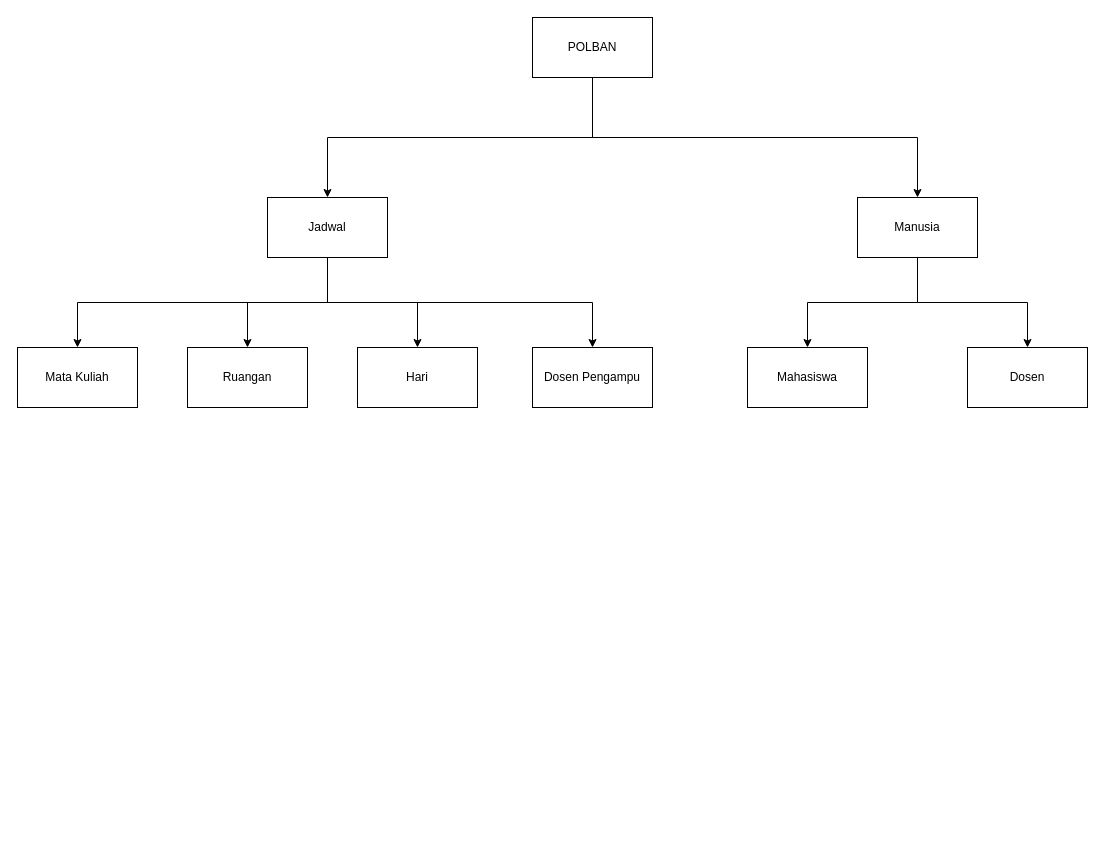
AlqanNazra/PBO-Pemriograman-Berorientasi-Objeck- keeps this draw.io diagram as Day 5/Pra/Untitled Diagram.drawio. Above is the earlier version. Source tidied: cells renumbered, new cells numbered last; positions are measured from the earlier drawing's top-left corner, leaving out a move shared by most shapes. Both pictures are drawn from the tidied source at 100%, with x=0, y=0 at pixel (17, 17).
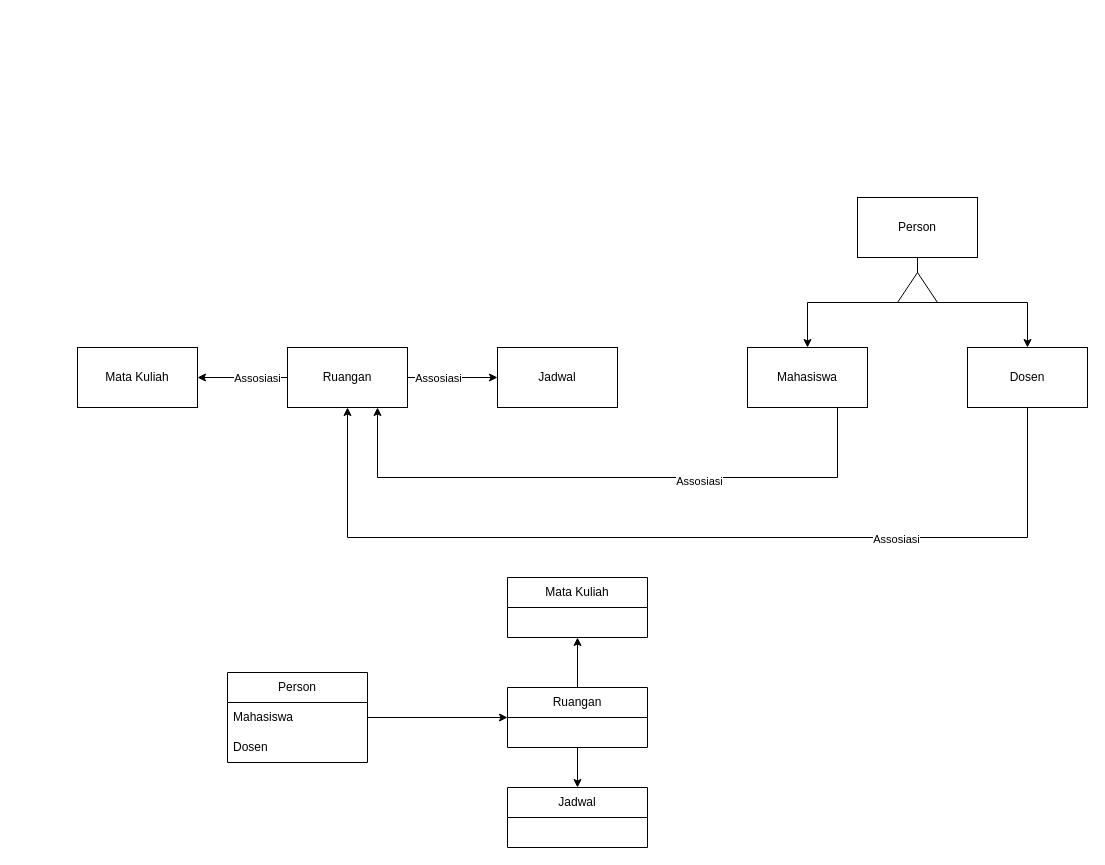
After the change.

The change refers to these unchanged cells:
```xml
<mxCell id="8" value="Mahasiswa" style="rounded=0;whiteSpace=wrap;html=1;" parent="1" vertex="1">
  <mxGeometry x="730" y="330" width="120" height="60" as="geometry" />
</mxCell>
<mxCell id="9" value="Dosen" style="rounded=0;whiteSpace=wrap;html=1;" parent="1" vertex="1">
  <mxGeometry x="950" y="330" width="120" height="60" as="geometry" />
</mxCell>
```

The edit, as a diff of the source:
```diff
@@
-    <mxCell id="2" style="edgeStyle=orthogonalEdgeStyle;rounded=0;jettySize=auto;html=1;exitX=0.5;exitY=1;exitDx=0;exitDy=0;" parent="1" edge="1" source="4" target="7">
-      <mxGeometry relative="1" as="geometry" />
-    </mxCell>
-    <mxCell id="3" style="edgeStyle=orthogonalEdgeStyle;rounded=0;jettySize=auto;html=1;exitX=0.5;exitY=1;exitDx=0;exitDy=0;" parent="1" edge="1" source="4" target="14">
-      <mxGeometry relative="1" as="geometry" />
-    </mxCell>
-    <mxCell id="4" value="POLBAN" style="rounded=0;whiteSpace=wrap;html=1;" parent="1" vertex="1">
-      <mxGeometry x="515" width="120" height="60" as="geometry" />
-    </mxCell>
@@
-    <mxCell id="7" value="Manusia" style="rounded=0;whiteSpace=wrap;html=1;" parent="1" vertex="1">
+    <mxCell id="7" value="Person" style="rounded=0;whiteSpace=wrap;html=1;" parent="1" vertex="1">
       <mxGeometry x="840" y="180" width="120" height="60" as="geometry" />
     </mxCell>
+    <mxCell id="19" style="edgeStyle=orthogonalEdgeStyle;rounded=0;jettySize=auto;html=1;exitX=0.75;exitY=1;exitDx=0;exitDy=0;entryX=0.75;entryY=1;entryDx=0;entryDy=0;" parent="1" edge="1" source="8" target="15">
+      <mxGeometry relative="1" as="geometry">
+        <Array as="points">
+          <mxPoint x="820" y="460" />
+          <mxPoint x="360" y="460" />
+        </Array>
+      </mxGeometry>
+    </mxCell>
+    <mxCell id="20" value="Assosiasi" style="edgeLabel;html=1;align=center;verticalAlign=middle;" parent="19" vertex="1">
+      <mxGeometry x="0.02" y="3" relative="1" as="geometry">
+        <mxPoint x="97" as="offset" />
+      </mxGeometry>
+    </mxCell>
@@
+    <mxCell id="21" style="edgeStyle=orthogonalEdgeStyle;rounded=0;jettySize=auto;html=1;exitX=0.5;exitY=1;exitDx=0;exitDy=0;entryX=0.5;entryY=1;entryDx=0;entryDy=0;" parent="1" edge="1" source="9" target="15">
+      <mxGeometry relative="1" as="geometry">
+        <Array as="points">
+          <mxPoint x="1010" y="520" />
+          <mxPoint x="330" y="520" />
+        </Array>
+      </mxGeometry>
+    </mxCell>
+    <mxCell id="22" value="Assosiasi" style="edgeLabel;html=1;align=center;verticalAlign=middle;" parent="21" vertex="1">
+      <mxGeometry x="-0.02" y="1" relative="1" as="geometry">
+        <mxPoint x="199" as="offset" />
+      </mxGeometry>
+    </mxCell>
@@
-    <mxCell id="10" style="edgeStyle=orthogonalEdgeStyle;rounded=0;jettySize=auto;html=1;exitX=0.5;exitY=1;exitDx=0;exitDy=0;entryX=0.5;entryY=0;entryDx=0;entryDy=0;" parent="1" edge="1" source="14" target="16">
-      <mxGeometry relative="1" as="geometry" />
-    </mxCell>
-    <mxCell id="11" style="edgeStyle=orthogonalEdgeStyle;rounded=0;jettySize=auto;html=1;exitX=0.5;exitY=1;exitDx=0;exitDy=0;entryX=0.5;entryY=0;entryDx=0;entryDy=0;" parent="1" edge="1" source="14" target="15">
-      <mxGeometry relative="1" as="geometry" />
-    </mxCell>
-    <mxCell id="12" style="edgeStyle=orthogonalEdgeStyle;rounded=0;jettySize=auto;html=1;exitX=0.5;exitY=1;exitDx=0;exitDy=0;" parent="1" edge="1" source="14" target="17">
-      <mxGeometry relative="1" as="geometry" />
-    </mxCell>
-    <mxCell id="13" style="edgeStyle=orthogonalEdgeStyle;rounded=0;jettySize=auto;html=1;exitX=0.5;exitY=1;exitDx=0;exitDy=0;" parent="1" edge="1" source="14" target="18">
-      <mxGeometry relative="1" as="geometry" />
-    </mxCell>
-    <mxCell id="14" value="Jadwal" style="rounded=0;whiteSpace=wrap;html=1;" parent="1" vertex="1">
-      <mxGeometry x="250" y="180" width="120" height="60" as="geometry" />
-    </mxCell>
+    <mxCell id="23" style="edgeStyle=orthogonalEdgeStyle;rounded=0;jettySize=auto;html=1;exitX=1;exitY=0.5;exitDx=0;exitDy=0;entryX=0;entryY=0.5;entryDx=0;entryDy=0;" parent="1" edge="1" source="15" target="16">
+      <mxGeometry relative="1" as="geometry" />
+    </mxCell>
+    <mxCell id="24" style="edgeStyle=orthogonalEdgeStyle;rounded=0;jettySize=auto;html=1;exitX=0;exitY=0.5;exitDx=0;exitDy=0;entryX=1;entryY=0.5;entryDx=0;entryDy=0;" parent="1" edge="1" source="15" target="18">
+      <mxGeometry relative="1" as="geometry" />
+    </mxCell>
     <mxCell id="15" value="Ruangan" style="rounded=0;whiteSpace=wrap;html=1;" parent="1" vertex="1">
-      <mxGeometry x="170" y="330" width="120" height="60" as="geometry" />
+      <mxGeometry x="270" y="330" width="120" height="60" as="geometry" />
     </mxCell>
-    <mxCell id="16" value="Hari" style="rounded=0;whiteSpace=wrap;html=1;" parent="1" vertex="1">
-      <mxGeometry x="340" y="330" width="120" height="60" as="geometry" />
+    <mxCell id="16" value="Jadwal" style="rounded=0;whiteSpace=wrap;html=1;" parent="1" vertex="1">
+      <mxGeometry x="480" y="330" width="120" height="60" as="geometry" />
     </mxCell>
-    <mxCell id="17" value="Dosen Pengampu" style="rounded=0;whiteSpace=wrap;html=1;" parent="1" vertex="1">
-      <mxGeometry x="515" y="330" width="120" height="60" as="geometry" />
-    </mxCell>
     <mxCell id="18" value="Mata Kuliah" style="rounded=0;whiteSpace=wrap;html=1;" parent="1" vertex="1">
-      <mxGeometry y="330" width="120" height="60" as="geometry" />
+      <mxGeometry x="60" y="330" width="120" height="60" as="geometry" />
     </mxCell>
+    <mxCell id="25" style="triangle;whiteSpace=wrap;html=1;rotation=-90;" parent="1" vertex="1">
+      <mxGeometry x="885" y="250" width="30" height="40" as="geometry" />
+    </mxCell>
+    <mxCell id="26" value="Assosiasi" style="edgeLabel;html=1;align=center;verticalAlign=middle;" parent="1" vertex="1">
+      <mxGeometry x="420" y="360" as="geometry" />
+    </mxCell>
+    <mxCell id="27" value="Assosiasi" style="edgeLabel;html=1;align=center;verticalAlign=middle;" parent="1" vertex="1">
+      <mxGeometry x="239" y="360" as="geometry" />
+    </mxCell>
+    <mxCell id="28" value="Person" style="swimlane;fontStyle=0;horizontal=1;startSize=30;whiteSpace=wrap;html=1;" parent="1" vertex="1">
+      <mxGeometry x="210" y="655" width="140" height="90" as="geometry" />
+    </mxCell>
+    <mxCell id="29" value="Mahasiswa" style="text;strokeColor=none;fillColor=none;align=left;verticalAlign=middle;spacingLeft=4;spacingRight=4;overflow=hidden;points=[[0,0.5],[1,0.5]];portConstraint=eastwest;whiteSpace=wrap;html=1;" parent="28" vertex="1">
+      <mxGeometry y="30" width="140" height="30" as="geometry" />
+    </mxCell>
+    <mxCell id="30" value="Dosen" style="text;strokeColor=none;fillColor=none;align=left;verticalAlign=middle;spacingLeft=4;spacingRight=4;overflow=hidden;whiteSpace=wrap;html=1;" parent="28" vertex="1">
+      <mxGeometry y="60" width="140" height="30" as="geometry" />
+    </mxCell>
+    <mxCell id="31" value="Mata Kuliah" style="swimlane;fontStyle=0;horizontal=1;startSize=30;whiteSpace=wrap;html=1;" parent="1" vertex="1">
+      <mxGeometry x="490" y="560" width="140" height="60" as="geometry" />
+    </mxCell>
+    <mxCell id="32" style="edgeStyle=orthogonalEdgeStyle;rounded=0;jettySize=auto;html=1;exitX=0.5;exitY=0;exitDx=0;exitDy=0;entryX=0.5;entryY=1;entryDx=0;entryDy=0;" parent="1" edge="1" source="34" target="31">
+      <mxGeometry relative="1" as="geometry" />
+    </mxCell>
+    <mxCell id="33" style="edgeStyle=orthogonalEdgeStyle;rounded=0;jettySize=auto;html=1;exitX=0.5;exitY=1;exitDx=0;exitDy=0;entryX=0.5;entryY=0;entryDx=0;entryDy=0;" parent="1" edge="1" source="34" target="14">
+      <mxGeometry relative="1" as="geometry" />
+    </mxCell>
+    <mxCell id="34" value="Ruangan" style="swimlane;fontStyle=0;horizontal=1;startSize=30;whiteSpace=wrap;html=1;" parent="1" vertex="1">
+      <mxGeometry x="490" y="670" width="140" height="60" as="geometry" />
+    </mxCell>
+    <mxCell id="14" value="Jadwal" style="swimlane;fontStyle=0;horizontal=1;startSize=30;whiteSpace=wrap;html=1;" parent="1" vertex="1">
+      <mxGeometry x="490" y="770" width="140" height="60" as="geometry" />
+    </mxCell>
+    <mxCell id="35" style="edgeStyle=orthogonalEdgeStyle;rounded=0;jettySize=auto;html=1;exitX=1;exitY=0.5;exitDx=0;exitDy=0;entryX=0;entryY=0.5;entryDx=0;entryDy=0;" parent="1" edge="1" source="29" target="34">
+      <mxGeometry relative="1" as="geometry" />
+    </mxCell>
```
